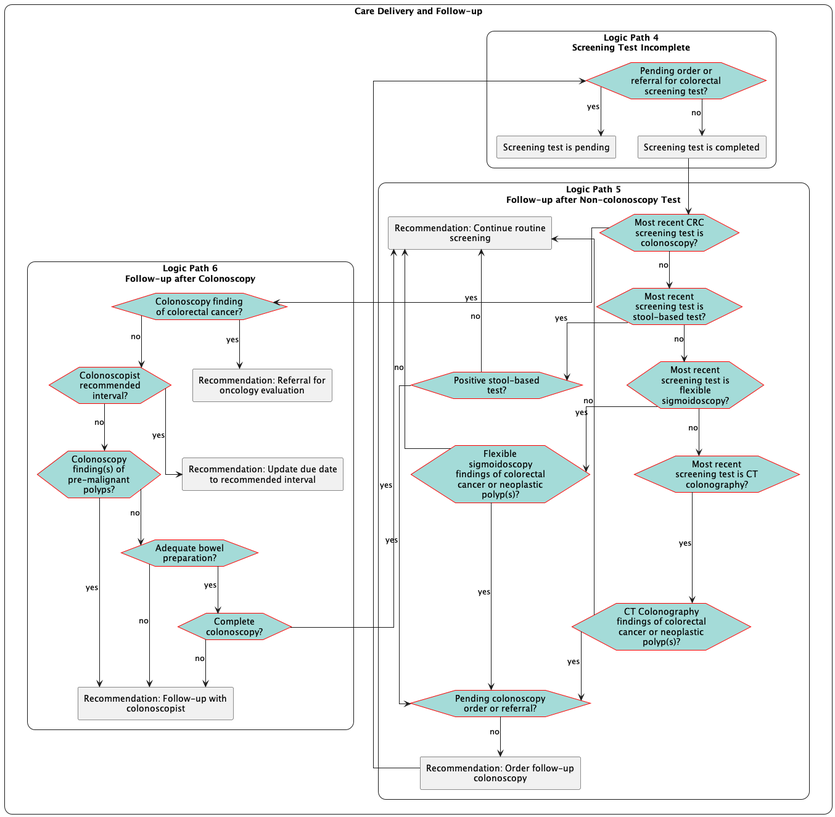
This is images/flow-MidLevelFollowUp.png from ccsm-cds-tools/CDC-Colorectal-Cancer-Screening-CDS-L2, a PlantUML export, as it was before one commit. The source it was exported from:
```plantuml
@startuml
skinparam linetype ortho
hide stereotype
<style>
    .main {
        RoundCorner 25
        HorizontalAlignment center
    }
    .roundbox {
        FontStyle bold
        HorizontalAlignment center
        RoundCorner 25
    }
    label {
        FontStyle bold
        HorizontalAlignment center
    }
</style>
rectangle "Care Delivery and Follow-up" <<main>> {
    rectangle "**Logic Path 4**\nScreening Test Incomplete" <<roundbox>> as path_1 {
        !include flow-ScreeningIncomplete.plantuml
    }
    rectangle "**Logic Path 5**\nFollow-up after Non-colonoscopy Test" <<roundbox>> as path_2 {
        !include flow-Followup.plantuml
    }
    rectangle "**Logic Path 6**\nFollow-up after Colonoscopy" <<roundbox>> as path_3 {
        !include flow-FollowupColonoscopy.plantuml
    }

    act_screeningComplete --> eve_lastTestColonoscopy
    act_FollowUpColonoscopy --> eve_pendingTest
    eve_colonoscopyFindingCRC -[hidden]-> act_FollowUpColonoscopy
    remove <<end>>
}

@enduml
```
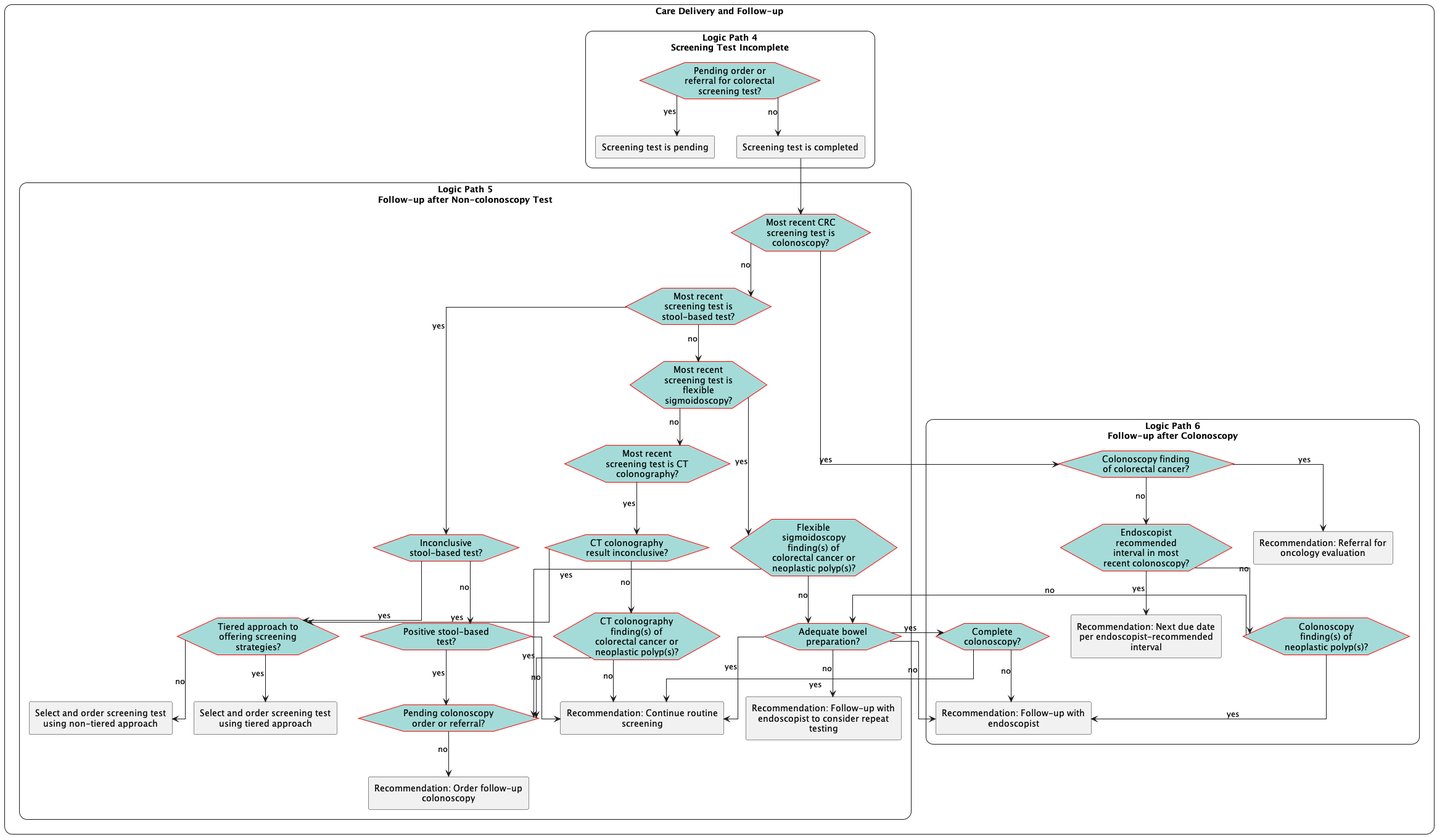
After the commit.

Change to the diagram source:
```diff
@@ -28,9 +28,8 @@
     }
 
     act_screeningComplete --> eve_lastTestColonoscopy
-    act_FollowUpColonoscopy --> eve_pendingTest
-    eve_colonoscopyFindingCRC -[hidden]-> act_FollowUpColonoscopy
     remove <<end>>
+
 }
 
 @enduml
```
